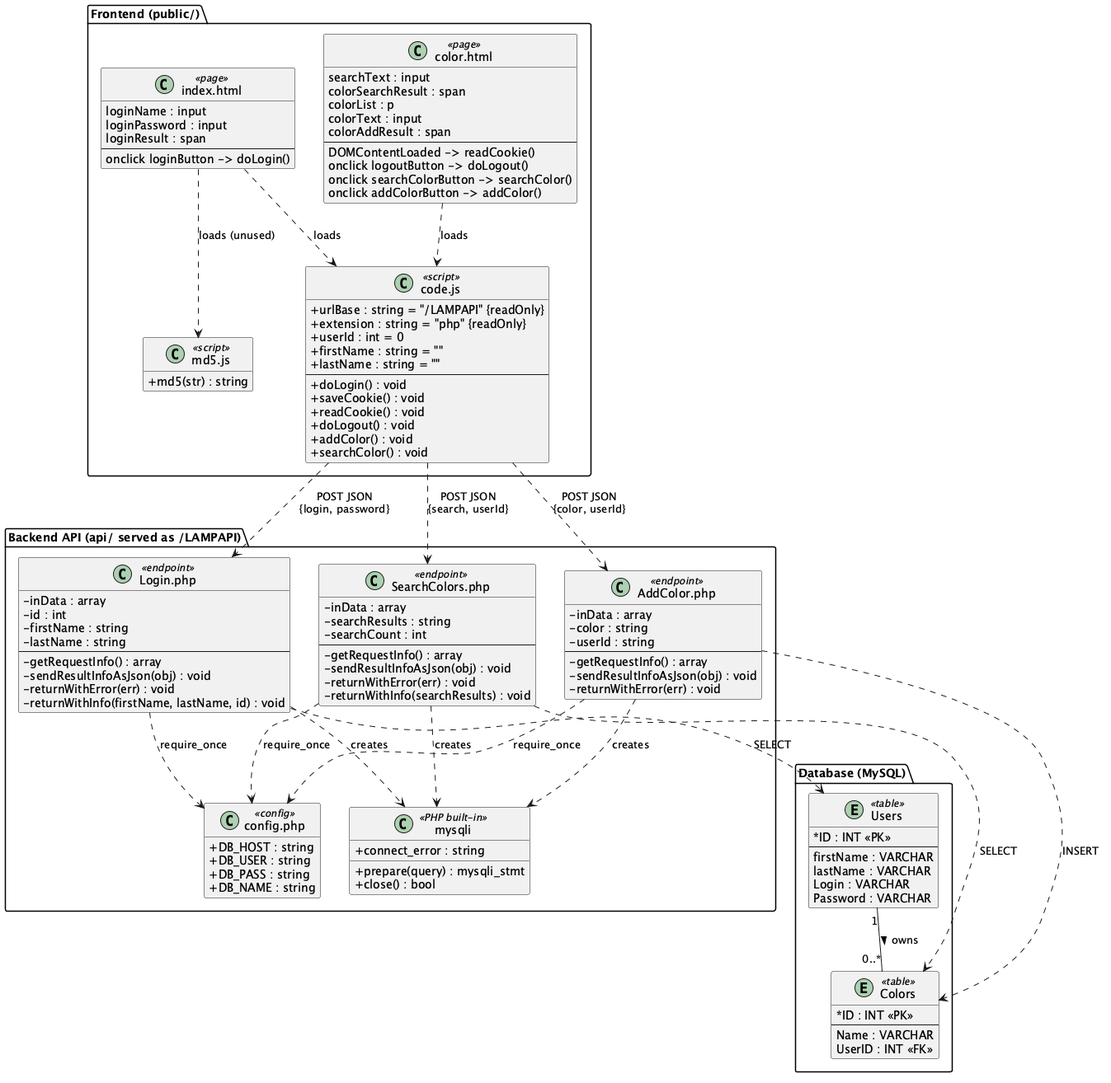
This is docs/uml/class.png from k4theriina/ColorsAssignment, a PlantUML export, as it was before one commit. The source it was exported from:
```plantuml
@startuml class

skinparam classAttributeIconSize 0
hide empty members

package "Frontend (public/)" {
  class "index.html" as IndexPage <<page>> {
    loginName : input
    loginPassword : input
    loginResult : span
    --
    onclick loginButton -> doLogin()
  }

  class "color.html" as ColorPage <<page>> {
    searchText : input
    colorSearchResult : span
    colorList : p
    colorText : input
    colorAddResult : span
    --
    DOMContentLoaded -> readCookie()
    onclick logoutButton -> doLogout()
    onclick searchColorButton -> searchColor()
    onclick addColorButton -> addColor()
  }

  class "code.js" as CodeJS <<script>> {
    + urlBase : string = "/LAMPAPI" {readOnly}
    + extension : string = "php" {readOnly}
    + userId : int = 0
    + firstName : string = ""
    + lastName : string = ""
    --
    + doLogin() : void
    + saveCookie() : void
    + readCookie() : void
    + doLogout() : void
    + addColor() : void
    + searchColor() : void
  }

  class "md5.js" as MD5JS <<script>> {
    + md5(str) : string
  }
}

package "Backend API (api/ served as /LAMPAPI)" {
  class "Login.php" as LoginPHP <<endpoint>> {
    - inData : array
    - id : int
    - firstName : string
    - lastName : string
    --
    - getRequestInfo() : array
    - sendResultInfoAsJson(obj) : void
    - returnWithError(err) : void
    - returnWithInfo(firstName, lastName, id) : void
  }

  class "SearchColors.php" as SearchPHP <<endpoint>> {
    - inData : array
    - searchResults : string
    - searchCount : int
    --
    - getRequestInfo() : array
    - sendResultInfoAsJson(obj) : void
    - returnWithError(err) : void
    - returnWithInfo(searchResults) : void
  }

  class "AddColor.php" as AddPHP <<endpoint>> {
    - inData : array
    - color : string
    - userId : string
    --
    - getRequestInfo() : array
    - sendResultInfoAsJson(obj) : void
    - returnWithError(err) : void
  }

  class "config.php" as Config <<config>> {
    + DB_HOST : string
    + DB_USER : string
    + DB_PASS : string
    + DB_NAME : string
  }

  class mysqli <<PHP built-in>> {
    + connect_error : string
    + prepare(query) : mysqli_stmt
    + close() : bool
  }
}

package "Database (MySQL)" {
  entity Users <<table>> {
    * ID : INT <<PK>>
    --
    firstName : VARCHAR
    lastName : VARCHAR
    Login : VARCHAR
    Password : VARCHAR
  }

  entity Colors <<table>> {
    * ID : INT <<PK>>
    --
    Name : VARCHAR
    UserID : INT <<FK>>
  }
}

IndexPage ..> CodeJS : loads
IndexPage ..> MD5JS : loads (unused)
ColorPage ..> CodeJS : loads

CodeJS ..> LoginPHP : POST JSON\n{login, password}
CodeJS ..> SearchPHP : POST JSON\n{search, userId}
CodeJS ..> AddPHP : POST JSON\n{color, userId}

LoginPHP ..> Config : require_once
SearchPHP ..> Config : require_once
AddPHP ..> Config : require_once

LoginPHP ..> mysqli : creates
SearchPHP ..> mysqli : creates
AddPHP ..> mysqli : creates

LoginPHP ..> Users : SELECT
SearchPHP ..> Colors : SELECT
AddPHP ..> Colors : INSERT

Users "1" -- "0..*" Colors : owns >

@enduml
```
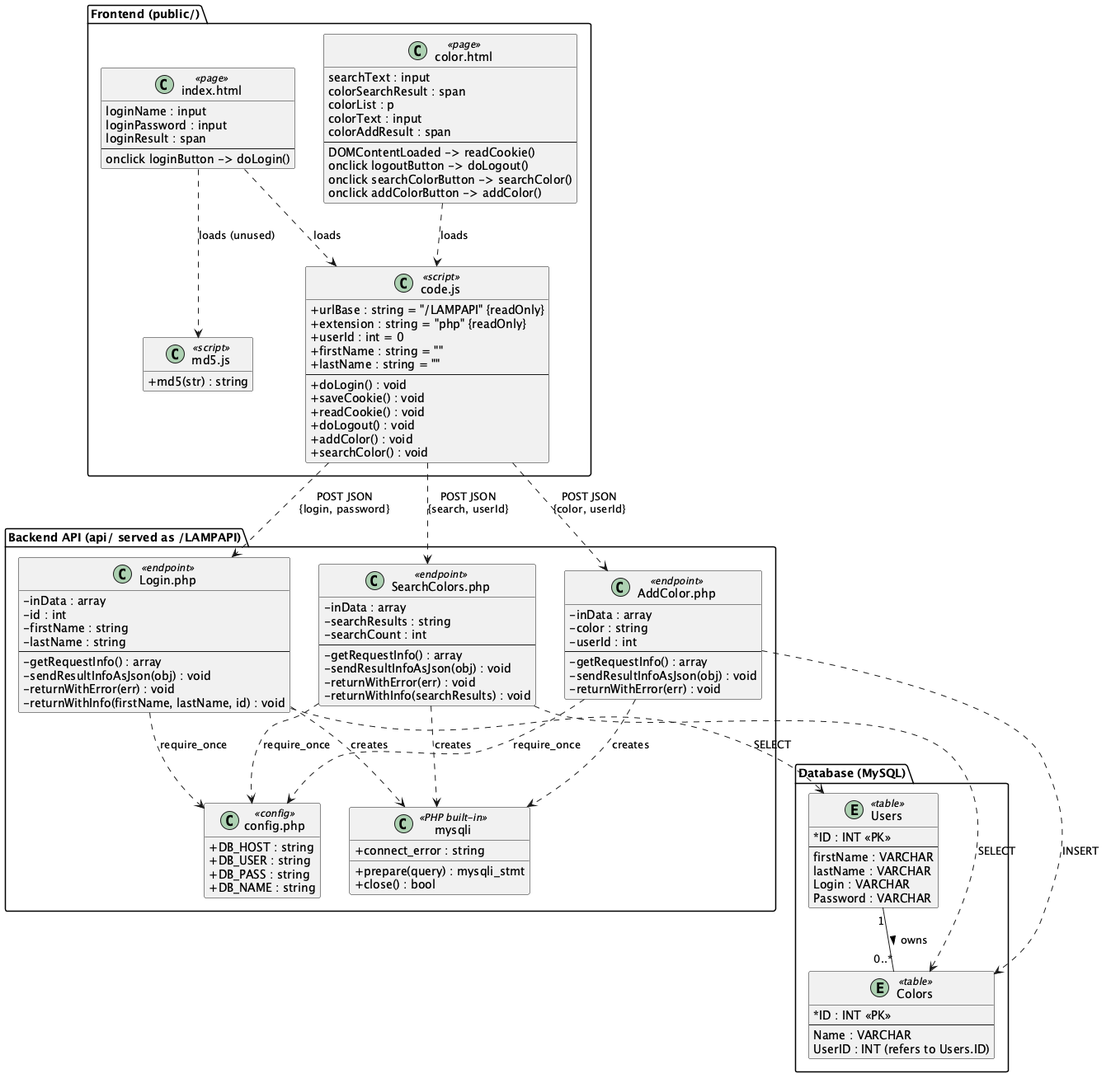
The same file after the commit.

Commit message:
Fix UML diagrams to match code: session check, readCookie guard, userId type, Colors.UserID

What changed in the source:
```diff
@@ -72,7 +72,7 @@
   class "AddColor.php" as AddPHP <<endpoint>> {
     - inData : array
     - color : string
-    - userId : string
+    - userId : int
     --
     - getRequestInfo() : array
     - sendResultInfoAsJson(obj) : void
@@ -107,7 +107,7 @@
     * ID : INT <<PK>>
     --
     Name : VARCHAR
-    UserID : INT <<FK>>
+    UserID : INT (refers to Users.ID)
   }
 }
 
```
